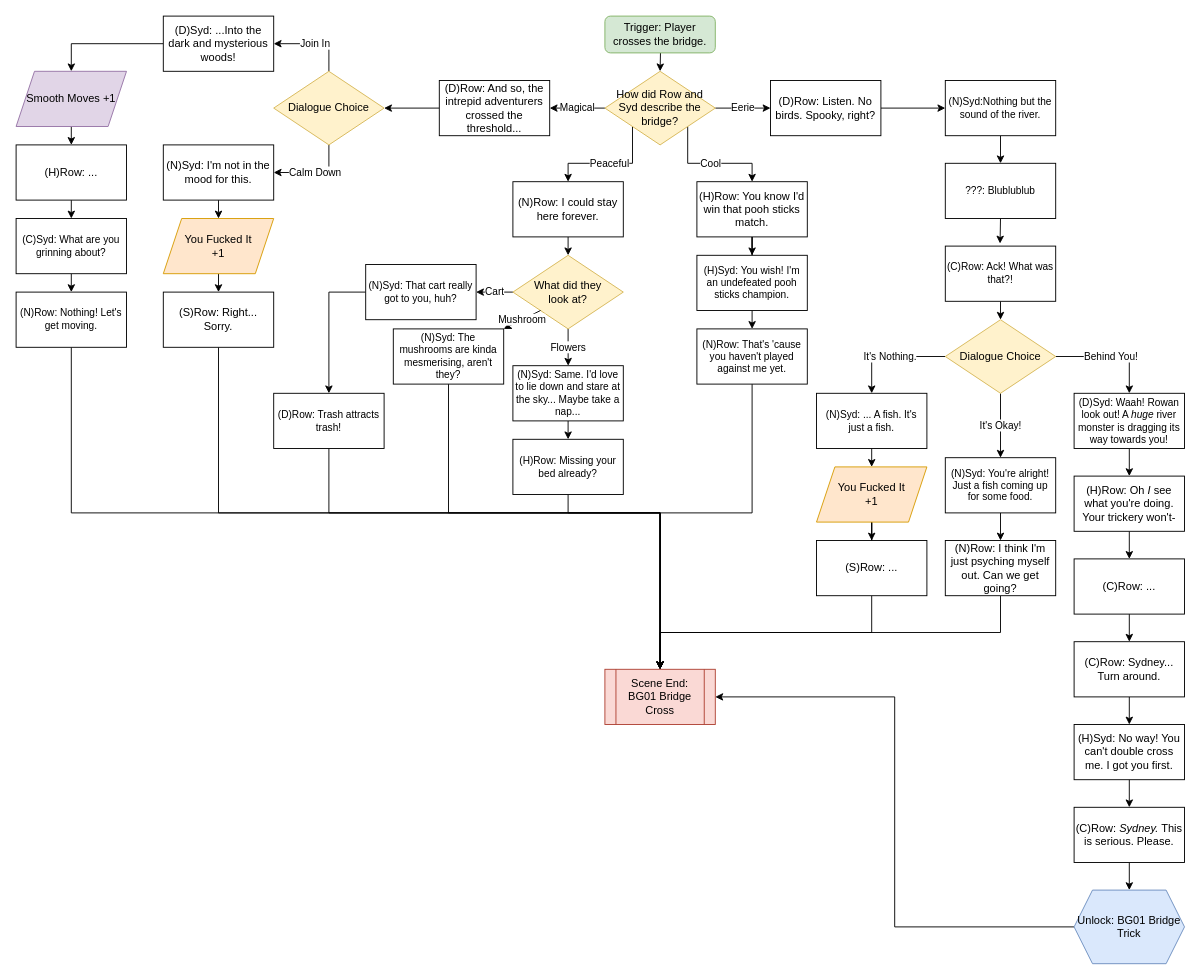
Before: DrawIO-Dialogue/Untitled Diagram.drawio in StaticSapphic/adventure-jam-2022, a draw.io diagram. Source tidied: cells renumbered, new cells numbered last; positions are measured from the earlier drawing's top-left corner, leaving out a move shared by most shapes. Both pictures are drawn from the tidied source at 92%, with x=0, y=0 at pixel (16, 16).
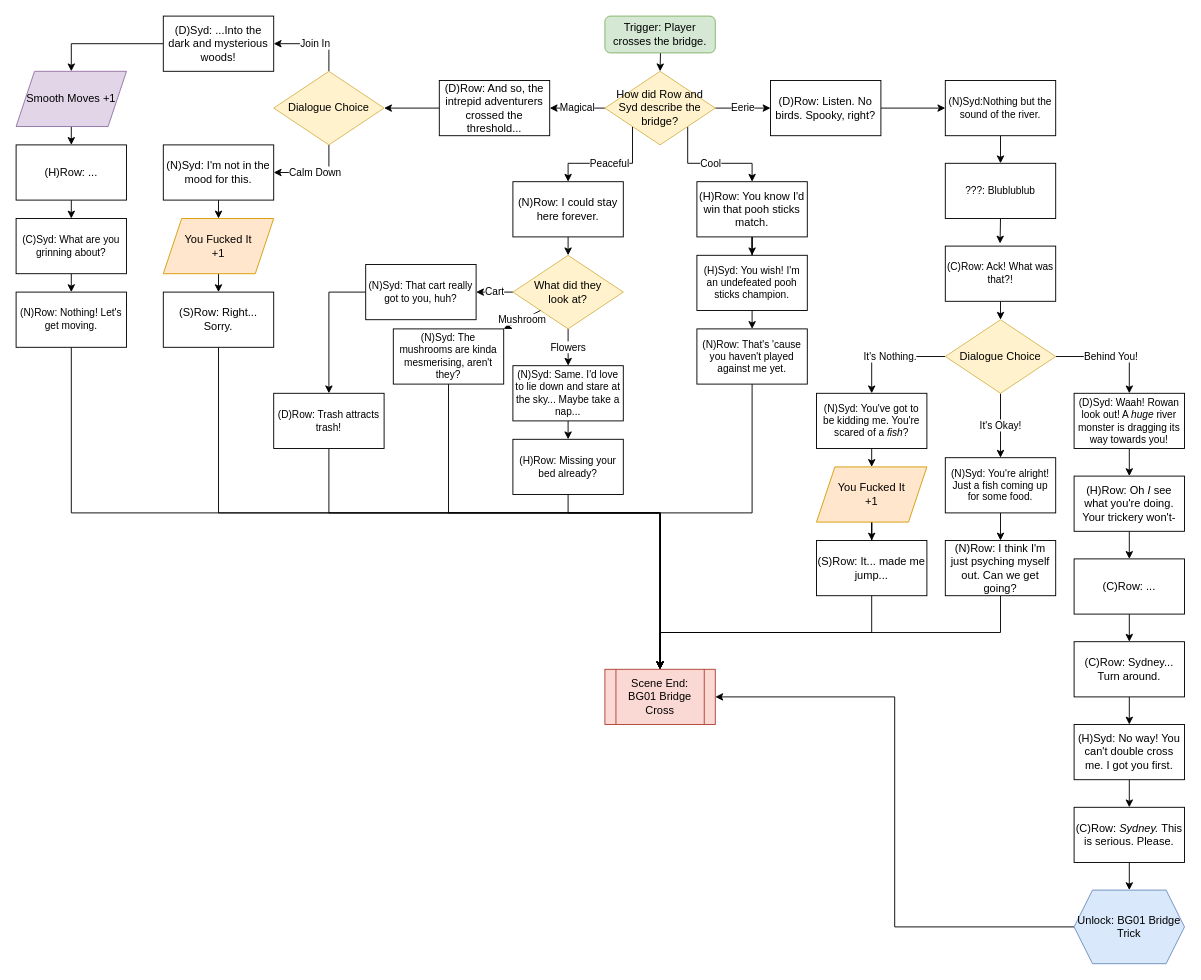
The same diagram, later.

The edit, as a diff of the source:
```diff
@@
-    <mxCell id="65" value="(N)Syd: ... A fish. It's just a fish." style="rounded=0;whiteSpace=wrap;html=1;fontSize=11;" parent="1" vertex="1">
+    <mxCell id="65" value="(N)Syd: You've got to be kidding me. You're scared of a &lt;i&gt;fish&lt;/i&gt;?" style="rounded=0;whiteSpace=wrap;html=1;fontSize=11;" parent="1" vertex="1">
       <mxGeometry x="870" y="410" width="120" height="60" as="geometry" />
     </mxCell>
@@
-    <mxCell id="73" value="(S)Row: ..." style="rounded=0;whiteSpace=wrap;html=1;" parent="1" vertex="1">
+    <mxCell id="73" value="(S)Row: It... made me jump..." style="rounded=0;whiteSpace=wrap;html=1;" parent="1" vertex="1">
       <mxGeometry x="870" y="570" width="120" height="60" as="geometry" />
     </mxCell>
```
